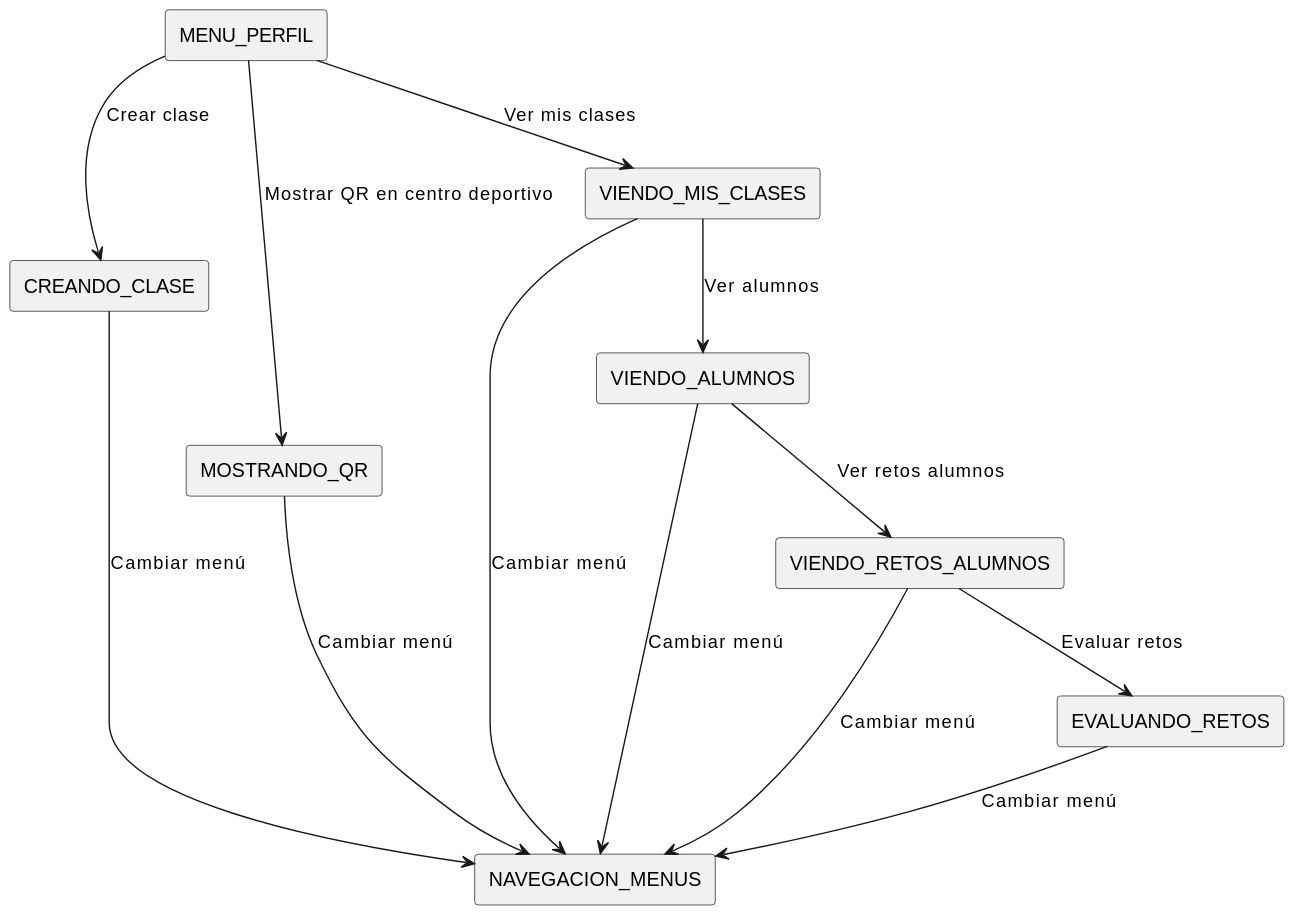
mmasias/24-25-IdSw1-SDR keeps this PlantUML diagram as Documentos/Imagenes/DiagramasContexto/DiagramasDeContextoProfesor/DiagramaDeContextoMenuPerfilProfesor.svg. Above is the earlier version. The source it was exported from:
```plantuml
@startuml
!define RECTANGLE(x) rectangle x

RECTANGLE(NAVEGACION_MENUS)
RECTANGLE(MENU_PERFIL)

RECTANGLE(CREANDO_CLASE)
RECTANGLE(MOSTRANDO_QR)
RECTANGLE(VIENDO_MIS_CLASES)
RECTANGLE(VIENDO_ALUMNOS)
RECTANGLE(VIENDO_RETOS_ALUMNOS)
RECTANGLE(EVALUANDO_RETOS)

CREANDO_CLASE --> NAVEGACION_MENUS : Cambiar menú
MOSTRANDO_QR --> NAVEGACION_MENUS : Cambiar menú
VIENDO_MIS_CLASES --> NAVEGACION_MENUS : Cambiar menú
VIENDO_ALUMNOS --> NAVEGACION_MENUS : Cambiar menú
VIENDO_RETOS_ALUMNOS --> NAVEGACION_MENUS : Cambiar menú
EVALUANDO_RETOS --> NAVEGACION_MENUS : Cambiar menú

MENU_PERFIL --> CREANDO_CLASE : Crear clase
MENU_PERFIL --> MOSTRANDO_QR : Mostrar QR en centro deportivo
MENU_PERFIL --> VIENDO_MIS_CLASES : Ver mis clases
VIENDO_MIS_CLASES --> VIENDO_ALUMNOS : Ver alumnos
VIENDO_ALUMNOS --> VIENDO_RETOS_ALUMNOS : Ver retos alumnos
VIENDO_RETOS_ALUMNOS --> EVALUANDO_RETOS : Evaluar retos
@enduml
```
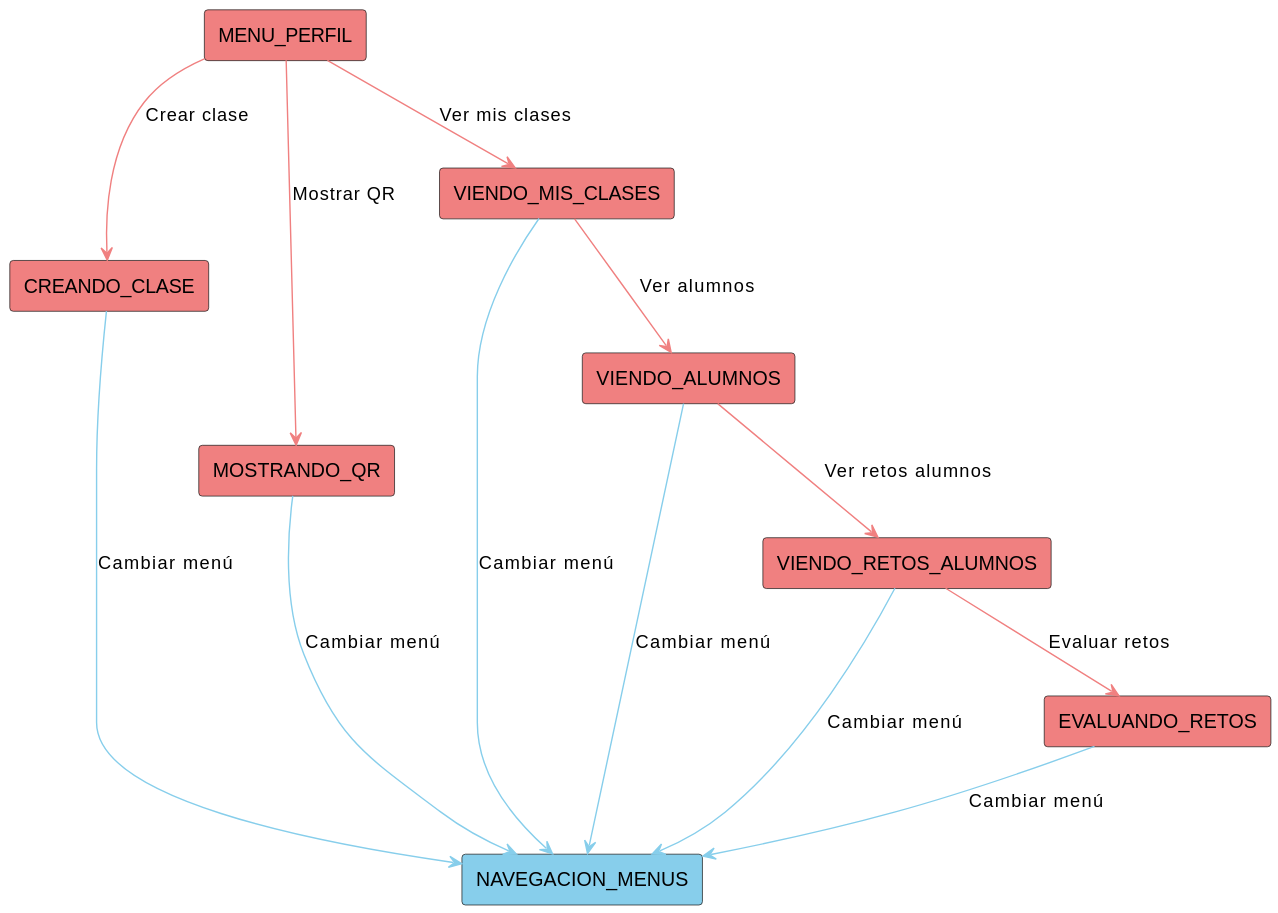
After the commit.

Commit message:
Contexto Profesor

What changed in the source:
```diff
@@ -1,27 +1,27 @@
 @startuml
-!define RECTANGLE(x) rectangle x
+!define RECTANGLE(x, color) rectangle x #color
 
-RECTANGLE(NAVEGACION_MENUS)
-RECTANGLE(MENU_PERFIL)
+RECTANGLE(NAVEGACION_MENUS, SkyBlue)
+RECTANGLE(MENU_PERFIL, LightCoral)
 
-RECTANGLE(CREANDO_CLASE)
-RECTANGLE(MOSTRANDO_QR)
-RECTANGLE(VIENDO_MIS_CLASES)
-RECTANGLE(VIENDO_ALUMNOS)
-RECTANGLE(VIENDO_RETOS_ALUMNOS)
-RECTANGLE(EVALUANDO_RETOS)
+RECTANGLE(CREANDO_CLASE, LightCoral)
+RECTANGLE(MOSTRANDO_QR, LightCoral)
+RECTANGLE(VIENDO_MIS_CLASES, LightCoral)
+RECTANGLE(VIENDO_ALUMNOS, LightCoral)
+RECTANGLE(VIENDO_RETOS_ALUMNOS, LightCoral)
+RECTANGLE(EVALUANDO_RETOS, LightCoral)
 
-CREANDO_CLASE --> NAVEGACION_MENUS : Cambiar menú
-MOSTRANDO_QR --> NAVEGACION_MENUS : Cambiar menú
-VIENDO_MIS_CLASES --> NAVEGACION_MENUS : Cambiar menú
-VIENDO_ALUMNOS --> NAVEGACION_MENUS : Cambiar menú
-VIENDO_RETOS_ALUMNOS --> NAVEGACION_MENUS : Cambiar menú
-EVALUANDO_RETOS --> NAVEGACION_MENUS : Cambiar menú
+CREANDO_CLASE -[#SkyBlue]-> NAVEGACION_MENUS : Cambiar menú
+MOSTRANDO_QR -[#SkyBlue]-> NAVEGACION_MENUS : Cambiar menú
+VIENDO_MIS_CLASES -[#SkyBlue]-> NAVEGACION_MENUS : Cambiar menú
+VIENDO_ALUMNOS -[#SkyBlue]-> NAVEGACION_MENUS : Cambiar menú
+VIENDO_RETOS_ALUMNOS -[#SkyBlue]-> NAVEGACION_MENUS : Cambiar menú
+EVALUANDO_RETOS -[#SkyBlue]-> NAVEGACION_MENUS : Cambiar menú
 
-MENU_PERFIL --> CREANDO_CLASE : Crear clase
-MENU_PERFIL --> MOSTRANDO_QR : Mostrar QR en centro deportivo
-MENU_PERFIL --> VIENDO_MIS_CLASES : Ver mis clases
-VIENDO_MIS_CLASES --> VIENDO_ALUMNOS : Ver alumnos
-VIENDO_ALUMNOS --> VIENDO_RETOS_ALUMNOS : Ver retos alumnos
-VIENDO_RETOS_ALUMNOS --> EVALUANDO_RETOS : Evaluar retos
+MENU_PERFIL -[#LightCoral]-> CREANDO_CLASE : Crear clase
+MENU_PERFIL -[#LightCoral]-> MOSTRANDO_QR : Mostrar QR
+MENU_PERFIL -[#LightCoral]-> VIENDO_MIS_CLASES : Ver mis clases
+VIENDO_MIS_CLASES -[#LightCoral]-> VIENDO_ALUMNOS : Ver alumnos
+VIENDO_ALUMNOS -[#LightCoral]-> VIENDO_RETOS_ALUMNOS : Ver retos alumnos
+VIENDO_RETOS_ALUMNOS -[#LightCoral]-> EVALUANDO_RETOS : Evaluar retos
 @enduml
```
